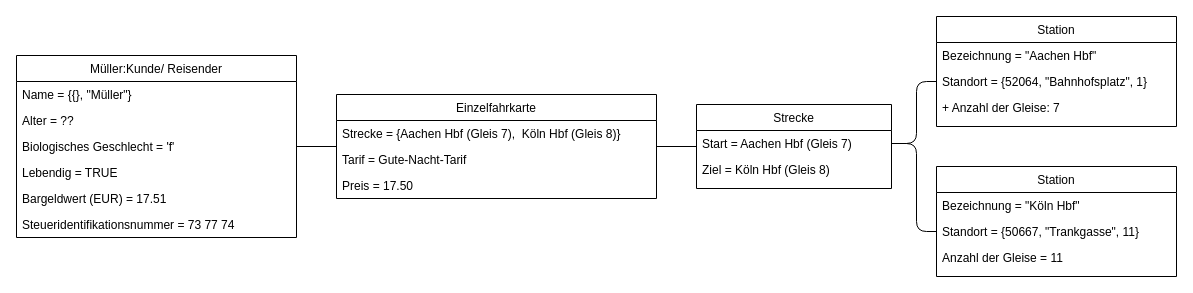
This is swt_wende_tim_h04/swt_wende_tim_h04_object_diagram.drawio from tmwnd/fha-swt, a draw.io file, before an edit. Source tidied: cells renumbered, new cells numbered last; positions are measured from the earlier drawing's top-left corner, leaving out a move shared by most shapes. Both pictures are drawn from the tidied source at 100%, with x=0, y=0 at pixel (16, 16).
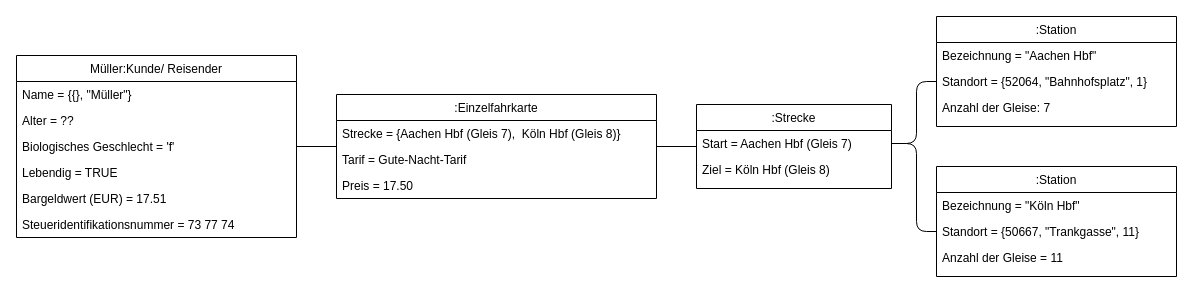
The same diagram, later.

Commit message (it also covers changes not shown here):
modified class and object diagram

The edit, as a diff of the source:
```diff
@@
-    <mxCell id="9" value="Einzelfahrkarte" style="swimlane;fontStyle=0;horizontal=1;startSize=26;verticalAlign=top;" parent="1" vertex="1">
+    <mxCell id="9" value=":Einzelfahrkarte" style="swimlane;fontStyle=0;horizontal=1;startSize=26;verticalAlign=top;" parent="1" vertex="1">
       <mxGeometry x="320" y="78" width="320" height="104" as="geometry" />
     </mxCell>
@@
-    <mxCell id="13" value="Strecke" style="swimlane;fontStyle=0;horizontal=1;startSize=26;verticalAlign=top;" parent="1" vertex="1">
+    <mxCell id="13" value=":Strecke" style="swimlane;fontStyle=0;horizontal=1;startSize=26;verticalAlign=top;" parent="1" vertex="1">
       <mxGeometry x="680" y="88" width="195" height="84" as="geometry" />
     </mxCell>
@@
-    <mxCell id="16" value="Station" style="swimlane;fontStyle=0;horizontal=1;startSize=26;verticalAlign=top;" parent="1" vertex="1">
+    <mxCell id="16" value=":Station" style="swimlane;fontStyle=0;horizontal=1;startSize=26;verticalAlign=top;" parent="1" vertex="1">
       <mxGeometry x="920" width="240" height="110" as="geometry" />
     </mxCell>
@@
-    <mxCell id="19" value="+ Anzahl der Gleise: 7" style="text;strokeColor=none;fillColor=none;align=left;verticalAlign=top;spacingLeft=4;spacingRight=4;overflow=hidden;" parent="16" vertex="1">
+    <mxCell id="19" value="Anzahl der Gleise: 7" style="text;strokeColor=none;fillColor=none;align=left;verticalAlign=top;spacingLeft=4;spacingRight=4;overflow=hidden;" parent="16" vertex="1">
       <mxGeometry y="78" width="240" height="32" as="geometry" />
     </mxCell>
@@
-    <mxCell id="23" value="Station" style="swimlane;fontStyle=0;horizontal=1;startSize=26;verticalAlign=top;" parent="1" vertex="1">
+    <mxCell id="23" value=":Station" style="swimlane;fontStyle=0;horizontal=1;startSize=26;verticalAlign=top;" parent="1" vertex="1">
       <mxGeometry x="920" y="150" width="240" height="110" as="geometry" />
     </mxCell>
```
